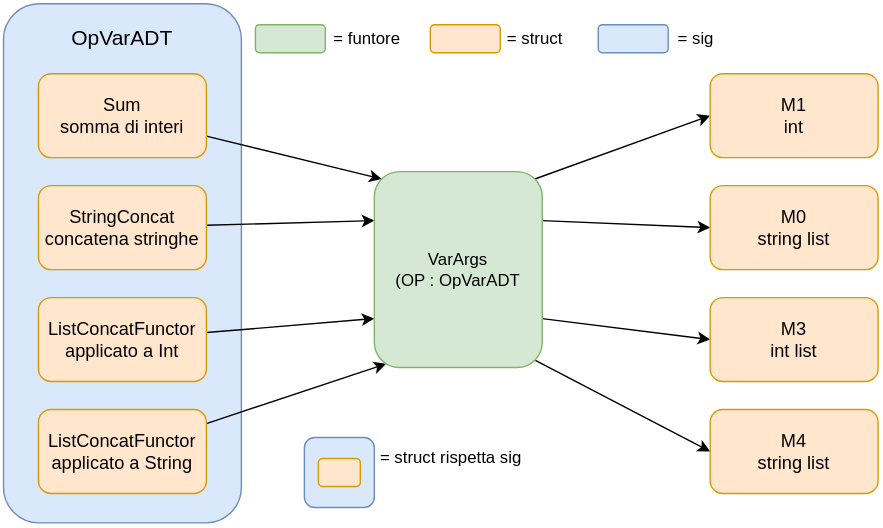
This is manuale_lp/book/svgs/funtori_funzioni_n_args.svg from esi271/LP, a draw.io export, as it was before one commit. Source tidied: cells renumbered, new cells last; positions are measured from the earlier drawing's top-left corner, leaving out a move shared by most shapes. Source of this version:
```xml
<mxGraphModel>
  <root>
    <mxCell id="0" />
    <mxCell id="1" parent="0" />
    <mxCell id="2" value="&lt;div&gt;OpVarADT&lt;/div&gt;&lt;div&gt;&lt;br&gt;&lt;/div&gt;&lt;div&gt;&lt;br&gt;&lt;/div&gt;&lt;div&gt;&lt;br&gt;&lt;/div&gt;&lt;div&gt;&lt;br&gt;&lt;/div&gt;&lt;div&gt;&lt;br&gt;&lt;/div&gt;&lt;div&gt;&lt;br&gt;&lt;/div&gt;&lt;div&gt;&lt;br&gt;&lt;/div&gt;&lt;div&gt;&lt;br&gt;&lt;/div&gt;&lt;div&gt;&lt;br&gt;&lt;/div&gt;&lt;div&gt;&lt;br&gt;&lt;/div&gt;&lt;div&gt;&lt;br&gt;&lt;/div&gt;&lt;div&gt;&lt;br&gt;&lt;/div&gt;&lt;div&gt;&lt;br&gt;&lt;/div&gt;&lt;div&gt;&lt;br&gt;&lt;/div&gt;&lt;div&gt;&lt;br&gt;&lt;/div&gt;&lt;div&gt;&lt;br&gt;&lt;/div&gt;&lt;div&gt;&lt;br&gt;&lt;/div&gt;&lt;div&gt;&lt;br&gt;&lt;/div&gt;" style="rounded=1;whiteSpace=wrap;html=1;roundedPerimeter=1;fontSize=15;fillColor=#dae8fc;strokeColor=#6c8ebf;" parent="1" vertex="1">
      <mxGeometry width="170" height="371" as="geometry" />
    </mxCell>
    <mxCell id="3" style="rounded=0;jettySize=auto;html=1;entryX=0;entryY=0.75;entryDx=0;entryDy=0;" parent="1" edge="1" source="4" target="15">
      <mxGeometry relative="1" as="geometry" />
    </mxCell>
    <mxCell id="4" value="ListConcatFunctor&lt;div&gt;&lt;/div&gt;&lt;div&gt;applicato a Int&lt;/div&gt;" style="rounded=1;whiteSpace=wrap;html=1;roundedPerimeter=1;fontSize=13;fillColor=#ffe6cc;strokeColor=#d79b00;" parent="1" vertex="1">
      <mxGeometry x="25" y="210" width="120" height="60" as="geometry" />
    </mxCell>
    <mxCell id="5" style="rounded=0;jettySize=auto;html=1;entryX=0.057;entryY=1;entryDx=0;entryDy=0;" parent="1" edge="1" source="6" target="15">
      <mxGeometry relative="1" as="geometry" />
    </mxCell>
    <mxCell id="6" value="ListConcatFunctor&lt;div&gt;applicato a String&lt;/div&gt;" style="rounded=1;whiteSpace=wrap;html=1;roundedPerimeter=1;fontSize=13;fillColor=#ffe6cc;strokeColor=#d79b00;" parent="1" vertex="1">
      <mxGeometry x="25" y="290" width="120" height="60" as="geometry" />
    </mxCell>
    <mxCell id="7" style="rounded=0;jettySize=auto;html=1;entryX=0;entryY=0.25;entryDx=0;entryDy=0;" parent="1" edge="1" source="8" target="15">
      <mxGeometry relative="1" as="geometry" />
    </mxCell>
    <mxCell id="8" value="StringConcat&lt;br&gt;concatena stringhe" style="rounded=1;whiteSpace=wrap;html=1;roundedPerimeter=1;fontSize=13;fillColor=#ffe6cc;strokeColor=#d79b00;" parent="1" vertex="1">
      <mxGeometry x="25" y="130" width="120" height="60" as="geometry" />
    </mxCell>
    <mxCell id="9" style="rounded=0;jettySize=auto;html=1;entryX=0;entryY=0;entryDx=0;entryDy=0;" parent="1" edge="1" source="10" target="15">
      <mxGeometry relative="1" as="geometry" />
    </mxCell>
    <mxCell id="10" value="Sum&lt;br&gt;somma di interi" style="rounded=1;whiteSpace=wrap;html=1;roundedPerimeter=1;fontSize=13;fillColor=#ffe6cc;strokeColor=#d79b00;" parent="1" vertex="1">
      <mxGeometry x="25" y="50" width="120" height="60" as="geometry" />
    </mxCell>
    <mxCell id="11" style="rounded=0;jettySize=auto;html=1;exitX=1;exitY=0;exitDx=0;exitDy=0;entryX=0;entryY=0.5;entryDx=0;entryDy=0;" parent="1" edge="1" source="15" target="19">
      <mxGeometry relative="1" as="geometry" />
    </mxCell>
    <mxCell id="12" style="rounded=0;jettySize=auto;html=1;exitX=1;exitY=0.25;exitDx=0;exitDy=0;entryX=0;entryY=0.5;entryDx=0;entryDy=0;" parent="1" edge="1" source="15" target="18">
      <mxGeometry relative="1" as="geometry" />
    </mxCell>
    <mxCell id="13" style="rounded=0;jettySize=auto;html=1;exitX=1;exitY=0.75;exitDx=0;exitDy=0;entryX=0;entryY=0.5;entryDx=0;entryDy=0;" parent="1" edge="1" source="15" target="16">
      <mxGeometry relative="1" as="geometry" />
    </mxCell>
    <mxCell id="14" style="rounded=0;jettySize=auto;html=1;exitX=1;exitY=1;exitDx=0;exitDy=0;entryX=0;entryY=0.5;entryDx=0;entryDy=0;" parent="1" edge="1" source="15" target="17">
      <mxGeometry relative="1" as="geometry" />
    </mxCell>
    <mxCell id="15" value="VarArgs&lt;div&gt;(OP : OpVarADT&lt;/div&gt;" style="rounded=1;whiteSpace=wrap;html=1;roundedPerimeter=1;fillColor=#d5e8d4;strokeColor=#82b366;" parent="1" vertex="1">
      <mxGeometry x="265" y="120" width="120" height="140" as="geometry" />
    </mxCell>
    <mxCell id="16" value="M3&lt;br&gt;int list" style="rounded=1;whiteSpace=wrap;html=1;roundedPerimeter=1;fontSize=13;fillColor=#ffe6cc;strokeColor=#d79b00;" parent="1" vertex="1">
      <mxGeometry x="505" y="210" width="120" height="60" as="geometry" />
    </mxCell>
    <mxCell id="17" value="M4&lt;br&gt;string list" style="rounded=1;whiteSpace=wrap;html=1;roundedPerimeter=1;fontSize=13;fillColor=#ffe6cc;strokeColor=#d79b00;" parent="1" vertex="1">
      <mxGeometry x="505" y="290" width="120" height="60" as="geometry" />
    </mxCell>
    <mxCell id="18" value="M0&lt;br&gt;string list" style="rounded=1;whiteSpace=wrap;html=1;roundedPerimeter=1;fontSize=13;fillColor=#ffe6cc;strokeColor=#d79b00;" parent="1" vertex="1">
      <mxGeometry x="505" y="130" width="120" height="60" as="geometry" />
    </mxCell>
    <mxCell id="19" value="M1&lt;div&gt;int&lt;/div&gt;" style="rounded=1;whiteSpace=wrap;html=1;roundedPerimeter=1;fontSize=13;fillColor=#ffe6cc;strokeColor=#d79b00;" parent="1" vertex="1">
      <mxGeometry x="505" y="50" width="120" height="60" as="geometry" />
    </mxCell>
    <mxCell id="20" style="rounded=1;whiteSpace=wrap;html=1;roundedPerimeter=1;fillColor=#d5e8d4;strokeColor=#82b366;" parent="1" vertex="1">
      <mxGeometry x="180" y="15" width="50" height="20" as="geometry" />
    </mxCell>
    <mxCell id="21" style="rounded=1;whiteSpace=wrap;html=1;roundedPerimeter=1;fillColor=#ffe6cc;strokeColor=#d79b00;" parent="1" vertex="1">
      <mxGeometry x="305" y="15" width="50" height="20" as="geometry" />
    </mxCell>
    <mxCell id="22" style="rounded=1;whiteSpace=wrap;html=1;roundedPerimeter=1;fillColor=#dae8fc;strokeColor=#6c8ebf;" parent="1" vertex="1">
      <mxGeometry x="425" y="15" width="50" height="20" as="geometry" />
    </mxCell>
    <mxCell id="23" value="= funtore" style="text;html=1;whiteSpace=wrap;strokeColor=none;fillColor=none;align=center;verticalAlign=middle;rounded=0;" parent="1" vertex="1">
      <mxGeometry x="230" y="10" width="60" height="30" as="geometry" />
    </mxCell>
    <mxCell id="24" value="= struct" style="text;html=1;whiteSpace=wrap;strokeColor=none;fillColor=none;align=center;verticalAlign=middle;rounded=0;" parent="1" vertex="1">
      <mxGeometry x="355" y="10" width="50" height="30" as="geometry" />
    </mxCell>
    <mxCell id="25" value="= sig" style="text;html=1;whiteSpace=wrap;strokeColor=none;fillColor=none;align=center;verticalAlign=middle;rounded=0;" parent="1" vertex="1">
      <mxGeometry x="475" y="10" width="40" height="30" as="geometry" />
    </mxCell>
    <mxCell id="26" style="rounded=1;whiteSpace=wrap;html=1;roundedPerimeter=1;fillColor=#dae8fc;strokeColor=#6c8ebf;" parent="1" vertex="1">
      <mxGeometry x="215" y="310" width="50" height="50" as="geometry" />
    </mxCell>
    <mxCell id="27" style="rounded=1;whiteSpace=wrap;html=1;roundedPerimeter=1;fillColor=#ffe6cc;strokeColor=#d79b00;" parent="1" vertex="1">
      <mxGeometry x="225" y="325" width="30" height="20" as="geometry" />
    </mxCell>
    <mxCell id="28" value="= struct rispetta sig" style="text;html=1;whiteSpace=wrap;strokeColor=none;fillColor=none;align=center;verticalAlign=middle;rounded=0;" parent="1" vertex="1">
      <mxGeometry x="265" y="310" width="110" height="30" as="geometry" />
    </mxCell>
  </root>
</mxGraphModel>
```
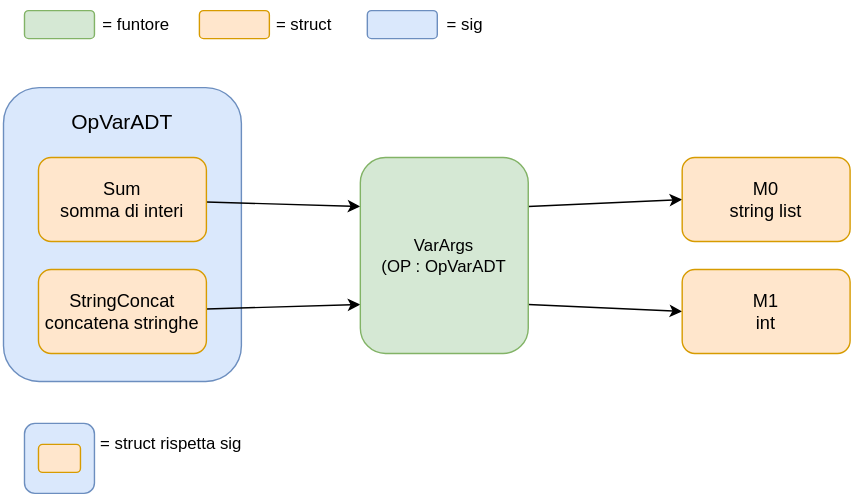
After the commit.

Change to the diagram source:
```diff
@@ -2,86 +2,62 @@
   <root>
     <mxCell id="0" />
     <mxCell id="1" parent="0" />
-    <mxCell id="2" value="&lt;div&gt;OpVarADT&lt;/div&gt;&lt;div&gt;&lt;br&gt;&lt;/div&gt;&lt;div&gt;&lt;br&gt;&lt;/div&gt;&lt;div&gt;&lt;br&gt;&lt;/div&gt;&lt;div&gt;&lt;br&gt;&lt;/div&gt;&lt;div&gt;&lt;br&gt;&lt;/div&gt;&lt;div&gt;&lt;br&gt;&lt;/div&gt;&lt;div&gt;&lt;br&gt;&lt;/div&gt;&lt;div&gt;&lt;br&gt;&lt;/div&gt;&lt;div&gt;&lt;br&gt;&lt;/div&gt;&lt;div&gt;&lt;br&gt;&lt;/div&gt;&lt;div&gt;&lt;br&gt;&lt;/div&gt;&lt;div&gt;&lt;br&gt;&lt;/div&gt;&lt;div&gt;&lt;br&gt;&lt;/div&gt;&lt;div&gt;&lt;br&gt;&lt;/div&gt;&lt;div&gt;&lt;br&gt;&lt;/div&gt;&lt;div&gt;&lt;br&gt;&lt;/div&gt;&lt;div&gt;&lt;br&gt;&lt;/div&gt;&lt;div&gt;&lt;br&gt;&lt;/div&gt;" style="rounded=1;whiteSpace=wrap;html=1;roundedPerimeter=1;fontSize=15;fillColor=#dae8fc;strokeColor=#6c8ebf;" parent="1" vertex="1">
-      <mxGeometry width="170" height="371" as="geometry" />
+    <mxCell id="2" value="&lt;div&gt;OpVarADT&lt;/div&gt;&lt;div&gt;&lt;br&gt;&lt;/div&gt;&lt;div&gt;&lt;br&gt;&lt;/div&gt;&lt;div&gt;&lt;br&gt;&lt;/div&gt;&lt;div&gt;&lt;br&gt;&lt;/div&gt;&lt;div&gt;&lt;br&gt;&lt;/div&gt;&lt;div&gt;&lt;br&gt;&lt;/div&gt;&lt;div&gt;&lt;br&gt;&lt;/div&gt;&lt;div&gt;&lt;br&gt;&lt;/div&gt;&lt;div&gt;&lt;br&gt;&lt;/div&gt;" style="rounded=1;whiteSpace=wrap;html=1;roundedPerimeter=1;fontSize=15;fillColor=#dae8fc;strokeColor=#6c8ebf;" parent="1" vertex="1">
+      <mxGeometry x="10" y="70" width="170" height="210" as="geometry" />
     </mxCell>
-    <mxCell id="3" style="rounded=0;jettySize=auto;html=1;entryX=0;entryY=0.75;entryDx=0;entryDy=0;" parent="1" edge="1" source="4" target="15">
-      <mxGeometry relative="1" as="geometry" />
-    </mxCell>
-    <mxCell id="4" value="ListConcatFunctor&lt;div&gt;&lt;/div&gt;&lt;div&gt;applicato a Int&lt;/div&gt;" style="rounded=1;whiteSpace=wrap;html=1;roundedPerimeter=1;fontSize=13;fillColor=#ffe6cc;strokeColor=#d79b00;" parent="1" vertex="1">
-      <mxGeometry x="25" y="210" width="120" height="60" as="geometry" />
-    </mxCell>
-    <mxCell id="5" style="rounded=0;jettySize=auto;html=1;entryX=0.057;entryY=1;entryDx=0;entryDy=0;" parent="1" edge="1" source="6" target="15">
-      <mxGeometry relative="1" as="geometry" />
-    </mxCell>
-    <mxCell id="6" value="ListConcatFunctor&lt;div&gt;applicato a String&lt;/div&gt;" style="rounded=1;whiteSpace=wrap;html=1;roundedPerimeter=1;fontSize=13;fillColor=#ffe6cc;strokeColor=#d79b00;" parent="1" vertex="1">
-      <mxGeometry x="25" y="290" width="120" height="60" as="geometry" />
-    </mxCell>
-    <mxCell id="7" style="rounded=0;jettySize=auto;html=1;entryX=0;entryY=0.25;entryDx=0;entryDy=0;" parent="1" edge="1" source="8" target="15">
+    <mxCell id="7" style="rounded=0;jettySize=auto;html=1;entryX=0;entryY=0.75;entryDx=0;entryDy=0;" parent="1" edge="1" source="8" target="15">
       <mxGeometry relative="1" as="geometry" />
     </mxCell>
     <mxCell id="8" value="StringConcat&lt;br&gt;concatena stringhe" style="rounded=1;whiteSpace=wrap;html=1;roundedPerimeter=1;fontSize=13;fillColor=#ffe6cc;strokeColor=#d79b00;" parent="1" vertex="1">
-      <mxGeometry x="25" y="130" width="120" height="60" as="geometry" />
+      <mxGeometry x="35" y="200" width="120" height="60" as="geometry" />
     </mxCell>
-    <mxCell id="9" style="rounded=0;jettySize=auto;html=1;entryX=0;entryY=0;entryDx=0;entryDy=0;" parent="1" edge="1" source="10" target="15">
+    <mxCell id="9" style="rounded=0;jettySize=auto;html=1;entryX=0;entryY=0.25;entryDx=0;entryDy=0;" parent="1" edge="1" source="10" target="15">
       <mxGeometry relative="1" as="geometry" />
     </mxCell>
     <mxCell id="10" value="Sum&lt;br&gt;somma di interi" style="rounded=1;whiteSpace=wrap;html=1;roundedPerimeter=1;fontSize=13;fillColor=#ffe6cc;strokeColor=#d79b00;" parent="1" vertex="1">
-      <mxGeometry x="25" y="50" width="120" height="60" as="geometry" />
+      <mxGeometry x="35" y="120" width="120" height="60" as="geometry" />
     </mxCell>
+    <mxCell id="12" style="rounded=0;jettySize=auto;html=1;exitX=1;exitY=0.25;exitDx=0;exitDy=0;entryX=0;entryY=0.5;entryDx=0;entryDy=0;" parent="1" edge="1" source="15" target="18">
+      <mxGeometry relative="1" as="geometry" />
+    </mxCell>
-    <mxCell id="11" style="rounded=0;jettySize=auto;html=1;exitX=1;exitY=0;exitDx=0;exitDy=0;entryX=0;entryY=0.5;entryDx=0;entryDy=0;" parent="1" edge="1" source="15" target="19">
+    <mxCell id="11" style="rounded=0;jettySize=auto;html=1;exitX=1;exitY=0.75;exitDx=0;exitDy=0;entryX=0;entryY=0.5;entryDx=0;entryDy=0;" parent="1" edge="1" source="15" target="19">
       <mxGeometry relative="1" as="geometry" />
     </mxCell>
-    <mxCell id="12" style="rounded=0;jettySize=auto;html=1;exitX=1;exitY=0.25;exitDx=0;exitDy=0;entryX=0;entryY=0.5;entryDx=0;entryDy=0;" parent="1" edge="1" source="15" target="18">
-      <mxGeometry relative="1" as="geometry" />
-    </mxCell>
-    <mxCell id="13" style="rounded=0;jettySize=auto;html=1;exitX=1;exitY=0.75;exitDx=0;exitDy=0;entryX=0;entryY=0.5;entryDx=0;entryDy=0;" parent="1" edge="1" source="15" target="16">
-      <mxGeometry relative="1" as="geometry" />
-    </mxCell>
-    <mxCell id="14" style="rounded=0;jettySize=auto;html=1;exitX=1;exitY=1;exitDx=0;exitDy=0;entryX=0;entryY=0.5;entryDx=0;entryDy=0;" parent="1" edge="1" source="15" target="17">
-      <mxGeometry relative="1" as="geometry" />
-    </mxCell>
     <mxCell id="15" value="VarArgs&lt;div&gt;(OP : OpVarADT&lt;/div&gt;" style="rounded=1;whiteSpace=wrap;html=1;roundedPerimeter=1;fillColor=#d5e8d4;strokeColor=#82b366;" parent="1" vertex="1">
       <mxGeometry x="265" y="120" width="120" height="140" as="geometry" />
     </mxCell>
-    <mxCell id="16" value="M3&lt;br&gt;int list" style="rounded=1;whiteSpace=wrap;html=1;roundedPerimeter=1;fontSize=13;fillColor=#ffe6cc;strokeColor=#d79b00;" parent="1" vertex="1">
-      <mxGeometry x="505" y="210" width="120" height="60" as="geometry" />
-    </mxCell>
-    <mxCell id="17" value="M4&lt;br&gt;string list" style="rounded=1;whiteSpace=wrap;html=1;roundedPerimeter=1;fontSize=13;fillColor=#ffe6cc;strokeColor=#d79b00;" parent="1" vertex="1">
-      <mxGeometry x="505" y="290" width="120" height="60" as="geometry" />
-    </mxCell>
     <mxCell id="18" value="M0&lt;br&gt;string list" style="rounded=1;whiteSpace=wrap;html=1;roundedPerimeter=1;fontSize=13;fillColor=#ffe6cc;strokeColor=#d79b00;" parent="1" vertex="1">
-      <mxGeometry x="505" y="130" width="120" height="60" as="geometry" />
+      <mxGeometry x="495" y="120" width="120" height="60" as="geometry" />
     </mxCell>
     <mxCell id="19" value="M1&lt;div&gt;int&lt;/div&gt;" style="rounded=1;whiteSpace=wrap;html=1;roundedPerimeter=1;fontSize=13;fillColor=#ffe6cc;strokeColor=#d79b00;" parent="1" vertex="1">
-      <mxGeometry x="505" y="50" width="120" height="60" as="geometry" />
+      <mxGeometry x="495" y="200" width="120" height="60" as="geometry" />
     </mxCell>
-    <mxCell id="20" style="rounded=1;whiteSpace=wrap;html=1;roundedPerimeter=1;fillColor=#d5e8d4;strokeColor=#82b366;" parent="1" vertex="1">
-      <mxGeometry x="180" y="15" width="50" height="20" as="geometry" />
-    </mxCell>
-    <mxCell id="21" style="rounded=1;whiteSpace=wrap;html=1;roundedPerimeter=1;fillColor=#ffe6cc;strokeColor=#d79b00;" parent="1" vertex="1">
-      <mxGeometry x="305" y="15" width="50" height="20" as="geometry" />
-    </mxCell>
-    <mxCell id="22" style="rounded=1;whiteSpace=wrap;html=1;roundedPerimeter=1;fillColor=#dae8fc;strokeColor=#6c8ebf;" parent="1" vertex="1">
-      <mxGeometry x="425" y="15" width="50" height="20" as="geometry" />
-    </mxCell>
+    <mxCell id="29" style="rounded=1;whiteSpace=wrap;html=1;roundedPerimeter=1;fillColor=#d5e8d4;strokeColor=#82b366;" parent="1" vertex="1">
+      <mxGeometry x="25" y="15" width="50" height="20" as="geometry" />
+    </mxCell>
+    <mxCell id="30" style="rounded=1;whiteSpace=wrap;html=1;roundedPerimeter=1;fillColor=#ffe6cc;strokeColor=#d79b00;" parent="1" vertex="1">
+      <mxGeometry x="150" y="15" width="50" height="20" as="geometry" />
+    </mxCell>
+    <mxCell id="31" style="rounded=1;whiteSpace=wrap;html=1;roundedPerimeter=1;fillColor=#dae8fc;strokeColor=#6c8ebf;" parent="1" vertex="1">
+      <mxGeometry x="270" y="15" width="50" height="20" as="geometry" />
+    </mxCell>
     <mxCell id="23" value="= funtore" style="text;html=1;whiteSpace=wrap;strokeColor=none;fillColor=none;align=center;verticalAlign=middle;rounded=0;" parent="1" vertex="1">
-      <mxGeometry x="230" y="10" width="60" height="30" as="geometry" />
+      <mxGeometry x="75" y="10" width="60" height="30" as="geometry" />
     </mxCell>
     <mxCell id="24" value="= struct" style="text;html=1;whiteSpace=wrap;strokeColor=none;fillColor=none;align=center;verticalAlign=middle;rounded=0;" parent="1" vertex="1">
-      <mxGeometry x="355" y="10" width="50" height="30" as="geometry" />
+      <mxGeometry x="200" y="10" width="50" height="30" as="geometry" />
     </mxCell>
     <mxCell id="25" value="= sig" style="text;html=1;whiteSpace=wrap;strokeColor=none;fillColor=none;align=center;verticalAlign=middle;rounded=0;" parent="1" vertex="1">
-      <mxGeometry x="475" y="10" width="40" height="30" as="geometry" />
+      <mxGeometry x="320" y="10" width="40" height="30" as="geometry" />
     </mxCell>
-    <mxCell id="26" style="rounded=1;whiteSpace=wrap;html=1;roundedPerimeter=1;fillColor=#dae8fc;strokeColor=#6c8ebf;" parent="1" vertex="1">
-      <mxGeometry x="215" y="310" width="50" height="50" as="geometry" />
-    </mxCell>
-    <mxCell id="27" style="rounded=1;whiteSpace=wrap;html=1;roundedPerimeter=1;fillColor=#ffe6cc;strokeColor=#d79b00;" parent="1" vertex="1">
-      <mxGeometry x="225" y="325" width="30" height="20" as="geometry" />
-    </mxCell>
+    <mxCell id="32" style="rounded=1;whiteSpace=wrap;html=1;roundedPerimeter=1;fillColor=#dae8fc;strokeColor=#6c8ebf;" parent="1" vertex="1">
+      <mxGeometry x="25" y="310" width="50" height="50" as="geometry" />
+    </mxCell>
+    <mxCell id="33" style="rounded=1;whiteSpace=wrap;html=1;roundedPerimeter=1;fillColor=#ffe6cc;strokeColor=#d79b00;" parent="1" vertex="1">
+      <mxGeometry x="35" y="325" width="30" height="20" as="geometry" />
+    </mxCell>
     <mxCell id="28" value="= struct rispetta sig" style="text;html=1;whiteSpace=wrap;strokeColor=none;fillColor=none;align=center;verticalAlign=middle;rounded=0;" parent="1" vertex="1">
-      <mxGeometry x="265" y="310" width="110" height="30" as="geometry" />
+      <mxGeometry x="75" y="310" width="110" height="30" as="geometry" />
     </mxCell>
   </root>
 </mxGraphModel>
```
